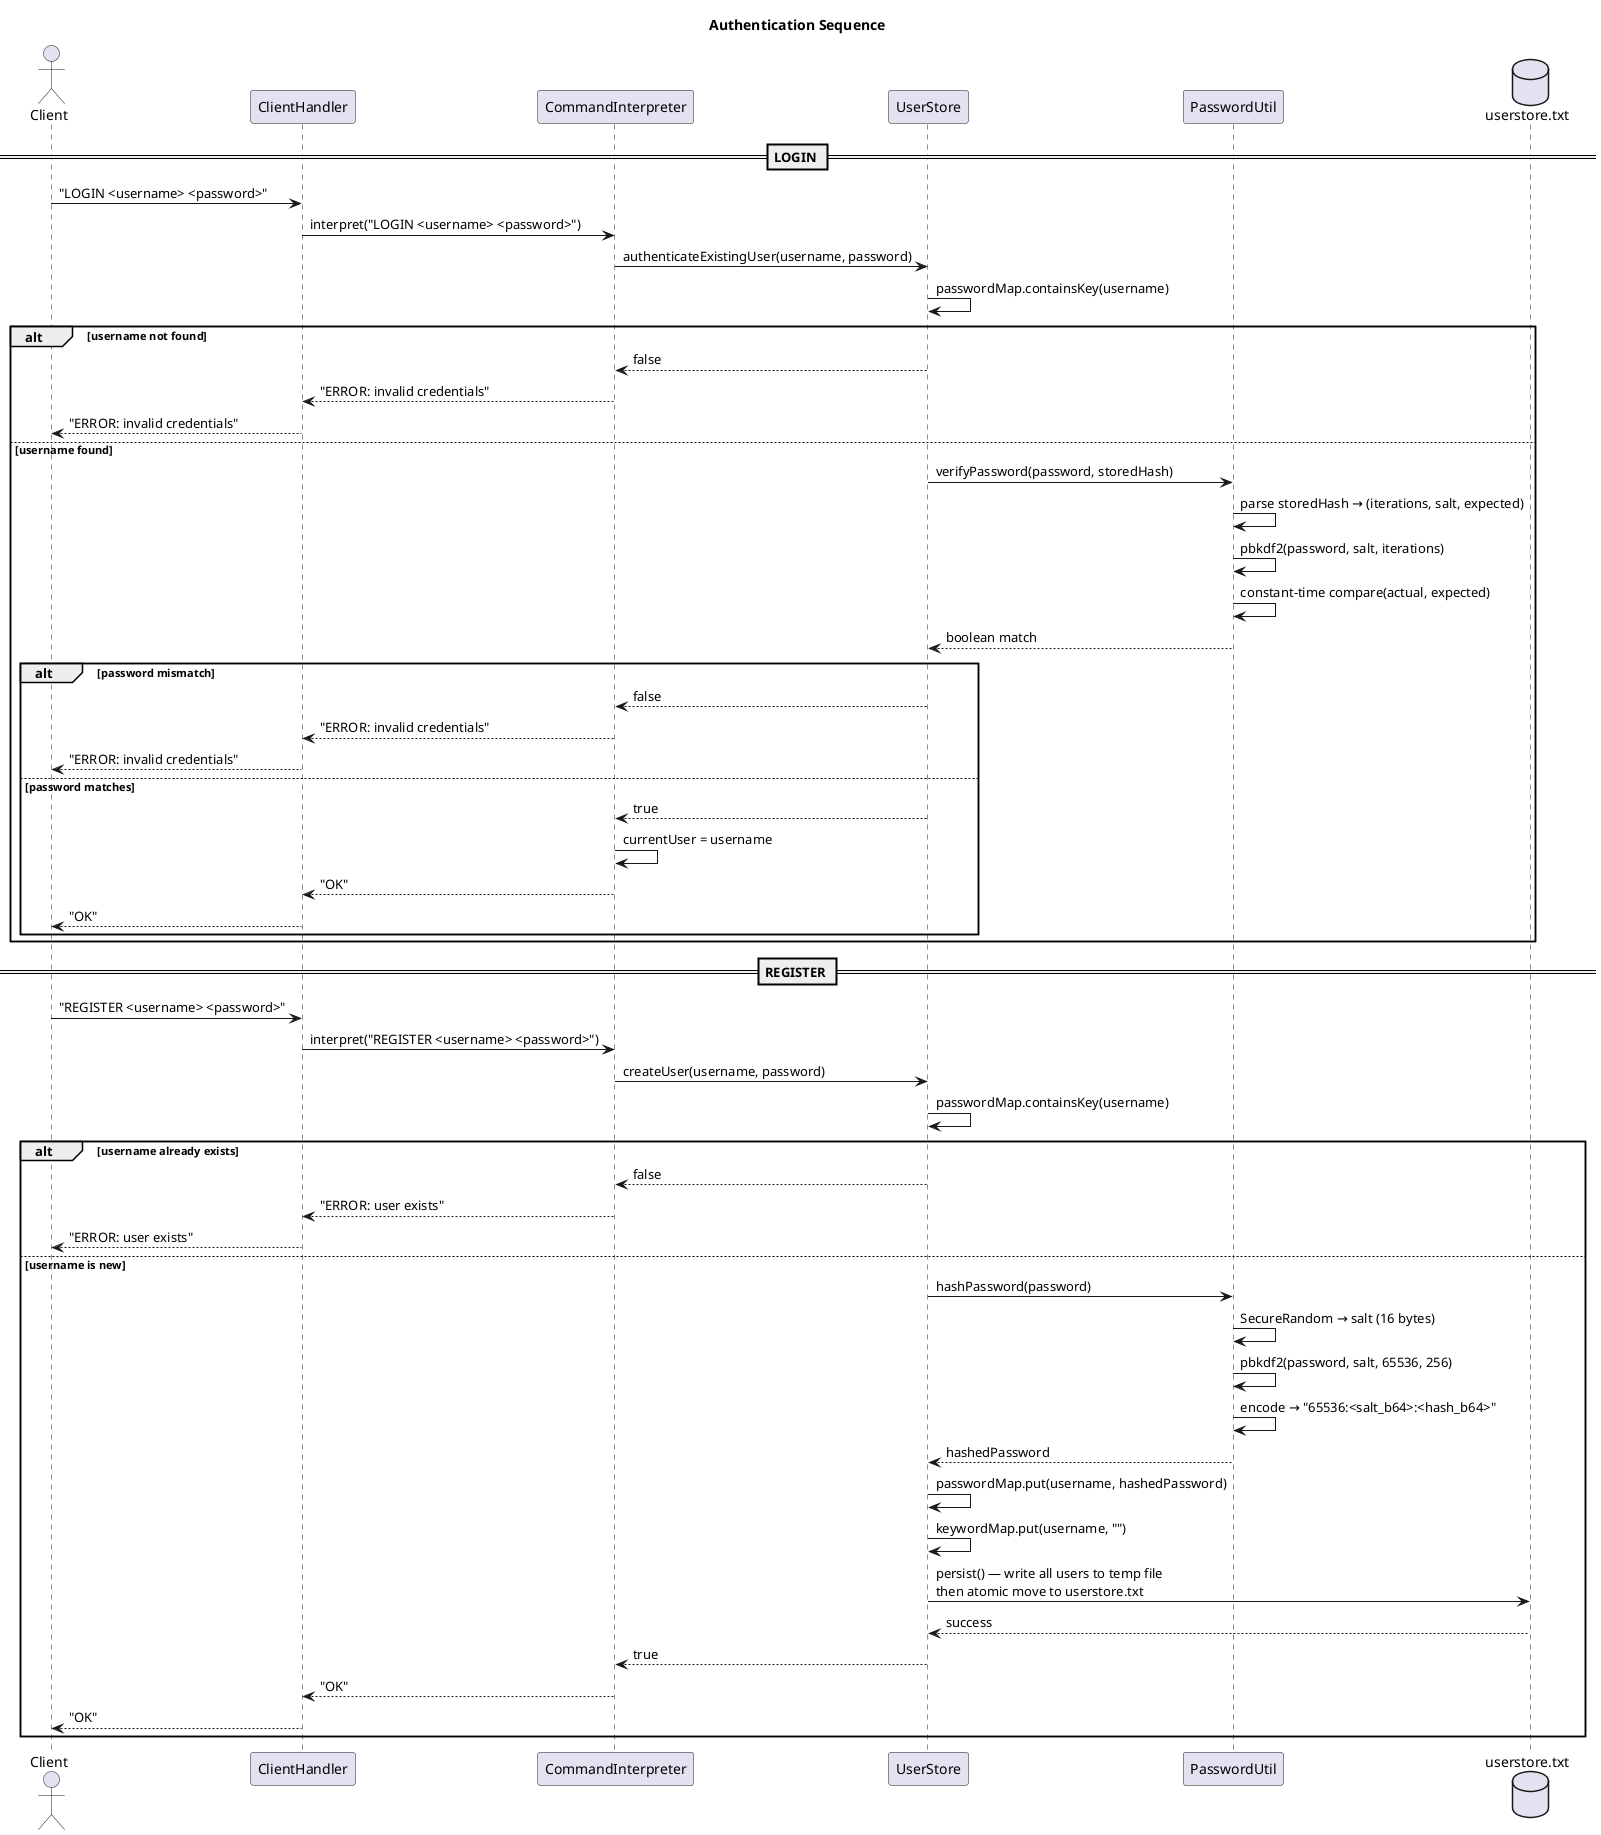
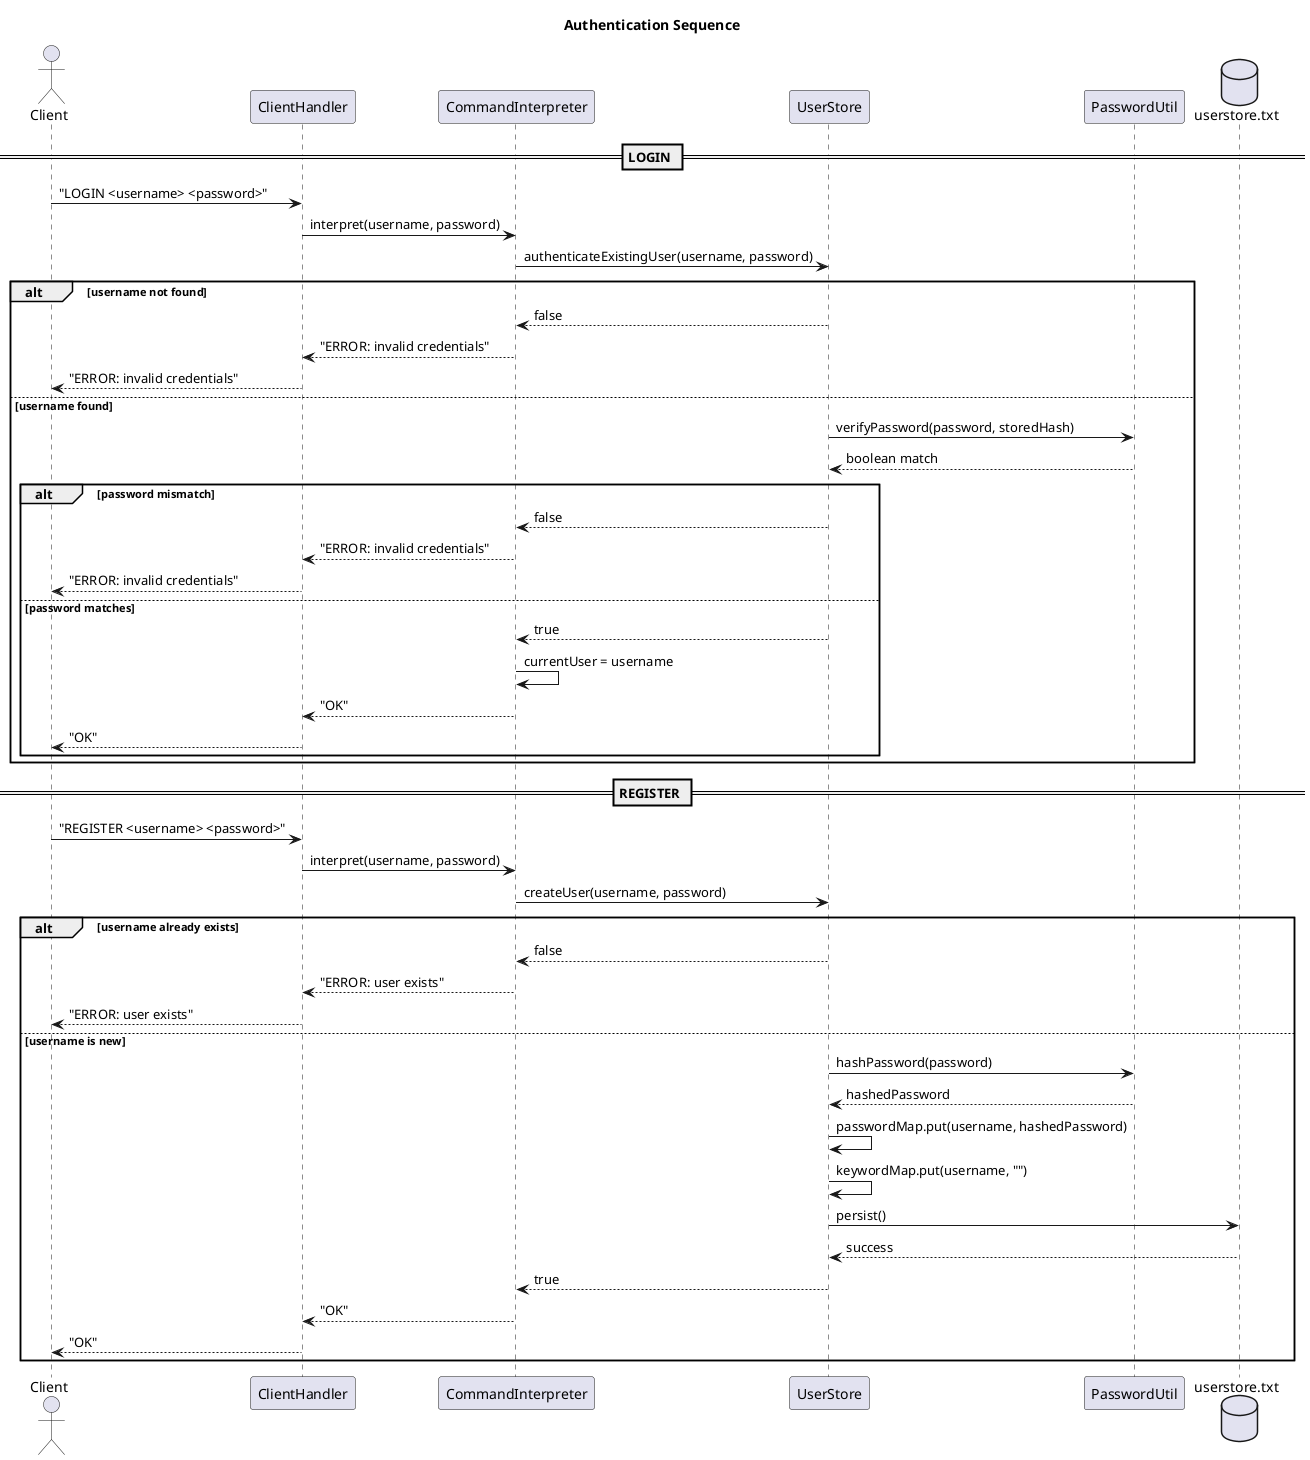
@startuml AuthenticateSequence

title Authentication Sequence

actor Client
participant "ClientHandler" as CH
participant "CommandInterpreter" as CI
participant "UserStore" as US
participant "PasswordUtil" as PU
database "userstore.txt" as FS

== LOGIN ==

Client -> CH : "LOGIN <username> <password>"
- CH -> CI : interpret("LOGIN <username> <password>")
+ CH -> CI : interpret(username, password)
CI -> US : authenticateExistingUser(username, password)
- US -> US : passwordMap.containsKey(username)

alt username not found
    US --> CI : false
    CI --> CH : "ERROR: invalid credentials"
    CH --> Client : "ERROR: invalid credentials"
else username found
    US -> PU : verifyPassword(password, storedHash)
-     PU -> PU : parse storedHash → (iterations, salt, expected)
-     PU -> PU : pbkdf2(password, salt, iterations)
-     PU -> PU : constant-time compare(actual, expected)
    PU --> US : boolean match

    alt password mismatch
        US --> CI : false
        CI --> CH : "ERROR: invalid credentials"
        CH --> Client : "ERROR: invalid credentials"
    else password matches
        US --> CI : true
        CI -> CI : currentUser = username
        CI --> CH : "OK"
        CH --> Client : "OK"
    end
end

== REGISTER ==

Client -> CH : "REGISTER <username> <password>"
- CH -> CI : interpret("REGISTER <username> <password>")
+ CH -> CI : interpret(username, password)
CI -> US : createUser(username, password)
- US -> US : passwordMap.containsKey(username)

alt username already exists
    US --> CI : false
    CI --> CH : "ERROR: user exists"
    CH --> Client : "ERROR: user exists"
else username is new
    US -> PU : hashPassword(password)
-     PU -> PU : SecureRandom → salt (16 bytes)
-     PU -> PU : pbkdf2(password, salt, 65536, 256)
-     PU -> PU : encode → "65536:<salt_b64>:<hash_b64>"
    PU --> US : hashedPassword
    US -> US : passwordMap.put(username, hashedPassword)
    US -> US : keywordMap.put(username, "")
-     US -> FS : persist() — write all users to temp file\nthen atomic move to userstore.txt
+     US -> FS : persist()
    FS --> US : success
    US --> CI : true
    CI --> CH : "OK"
    CH --> Client : "OK"
end

@enduml
